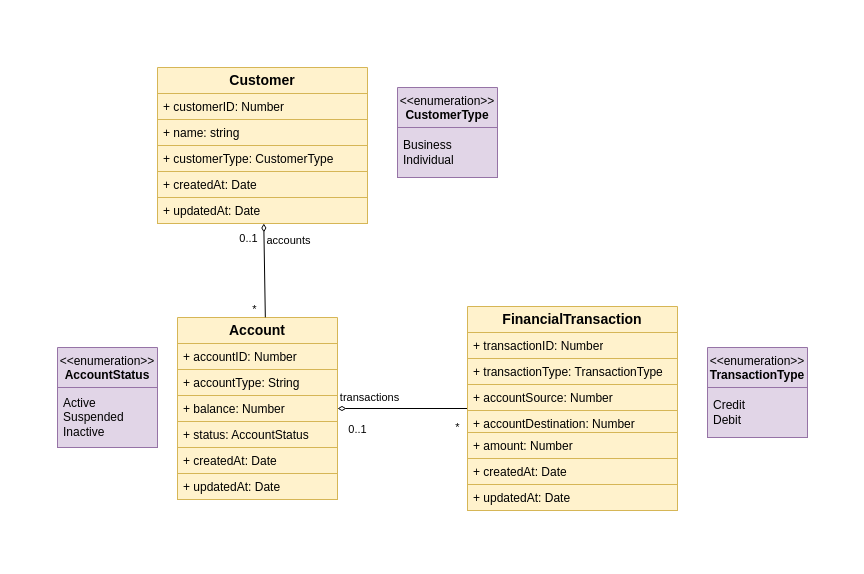
The draw.io diagram docs/assets/beapizer-example.drawio in houcemlaw/beapizer, before the edit. Source tidied: cells renumbered, new cells numbered last; positions are measured from the earlier drawing's top-left corner, leaving out a move shared by most shapes. Both pictures are drawn from the tidied source at 100%, with x=0, y=0 at pixel (17, 17).
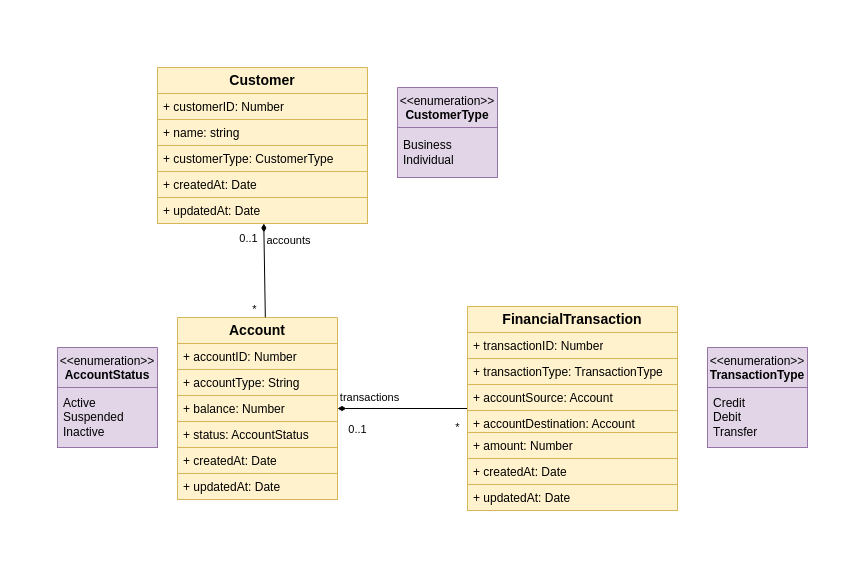
Above is the later version.

The change refers to these unchanged cells:
```xml
<mxCell id="3" value="Customer" style="swimlane;fontStyle=1;horizontal=1;startSize=26;fillColor=#fff2cc;whiteSpace=wrap;html=1;strokeColor=#d6b656;fontSize=14;" parent="1" vertex="1">
  <mxGeometry x="140" y="50" width="210" height="156" as="geometry" />
</mxCell>
<mxCell id="13" value="Account" style="swimlane;fontStyle=1;horizontal=1;startSize=26;fillColor=#fff2cc;whiteSpace=wrap;html=1;strokeColor=#d6b656;fontSize=14;" parent="1" vertex="1">
  <mxGeometry x="160" y="300" width="160" height="182" as="geometry" />
</mxCell>
<mxCell id="20" value="FinancialTransaction" style="swimlane;fontStyle=1;horizontal=1;startSize=26;fillColor=#fff2cc;whiteSpace=wrap;html=1;strokeColor=#d6b656;fontSize=14;" parent="1" vertex="1">
  <mxGeometry x="450" y="289" width="210" height="204" as="geometry" />
</mxCell>
```

What changed in the source:
```diff
@@
-    <mxCell id="9" style="edgeStyle=orthogonalEdgeStyle;rounded=0;jettySize=auto;html=1;endArrow=none;endFill=0;startArrow=diamondThin;startFill=0;" parent="1" edge="1" source="13" target="20">
+    <mxCell id="9" style="edgeStyle=orthogonalEdgeStyle;rounded=0;jettySize=auto;html=1;endArrow=none;endFill=0;startArrow=diamondThin;startFill=1;" parent="1" edge="1" source="13" target="20">
       <mxGeometry relative="1" as="geometry" />
     </mxCell>
@@
-    <mxCell id="23" value="+ accountSource: Number" style="text;strokeColor=#d6b656;fillColor=#fff2cc;align=left;verticalAlign=top;spacingLeft=4;spacingRight=4;overflow=hidden;whiteSpace=wrap;html=1;" parent="20" vertex="1">
+    <mxCell id="23" value="+ accountSource: Account" style="text;strokeColor=#d6b656;fillColor=#fff2cc;align=left;verticalAlign=top;spacingLeft=4;spacingRight=4;overflow=hidden;whiteSpace=wrap;html=1;" parent="20" vertex="1">
       <mxGeometry y="78" width="210" height="26" as="geometry" />
     </mxCell>
-    <mxCell id="24" value="+ accountDestination: Number" style="text;strokeColor=#d6b656;fillColor=#fff2cc;align=left;verticalAlign=top;spacingLeft=4;spacingRight=4;overflow=hidden;whiteSpace=wrap;html=1;" parent="20" vertex="1">
+    <mxCell id="24" value="+ accountDestination: Account" style="text;strokeColor=#d6b656;fillColor=#fff2cc;align=left;verticalAlign=top;spacingLeft=4;spacingRight=4;overflow=hidden;whiteSpace=wrap;html=1;" parent="20" vertex="1">
       <mxGeometry y="104" width="210" height="22" as="geometry" />
     </mxCell>
@@
     <mxCell id="28" value="&amp;lt;&amp;lt;enumeration&amp;gt;&amp;gt;&lt;br&gt;&lt;b&gt;TransactionType&lt;/b&gt;" style="swimlane;fontStyle=0;align=center;verticalAlign=top;horizontal=1;startSize=40;html=1;whiteSpace=wrap;fillColor=#e1d5e7;strokeColor=#9673a6;" parent="1" vertex="1">
-      <mxGeometry x="690" y="330" width="100" height="90" as="geometry" />
+      <mxGeometry x="690" y="330" width="100" height="100" as="geometry" />
     </mxCell>
-    <mxCell id="29" value="Credit&lt;br&gt;Debit" style="text;html=1;strokeColor=#9673a6;fillColor=#e1d5e7;align=left;verticalAlign=middle;spacingLeft=4;spacingRight=4;overflow=hidden;whiteSpace=wrap;" parent="28" vertex="1">
-      <mxGeometry y="40" width="100" height="50" as="geometry" />
+    <mxCell id="29" value="Credit&lt;br&gt;Debit&lt;div&gt;Transfer&lt;/div&gt;" style="text;html=1;strokeColor=#9673a6;fillColor=#e1d5e7;align=left;verticalAlign=middle;spacingLeft=4;spacingRight=4;overflow=hidden;whiteSpace=wrap;" parent="28" vertex="1">
+      <mxGeometry y="40" width="100" height="60" as="geometry" />
     </mxCell>
@@
-    <mxCell id="32" style="rounded=0;jettySize=auto;html=1;entryX=0.549;entryY=-0.001;entryDx=0;entryDy=0;entryPerimeter=0;endArrow=none;endFill=0;startArrow=diamondThin;startFill=0;" parent="1" edge="1" source="3" target="13">
+    <mxCell id="32" style="rounded=0;jettySize=auto;html=1;entryX=0.549;entryY=-0.001;entryDx=0;entryDy=0;entryPerimeter=0;endArrow=none;endFill=0;startArrow=diamondThin;startFill=1;" parent="1" edge="1" source="3" target="13">
       <mxGeometry relative="1" as="geometry" />
     </mxCell>
```
